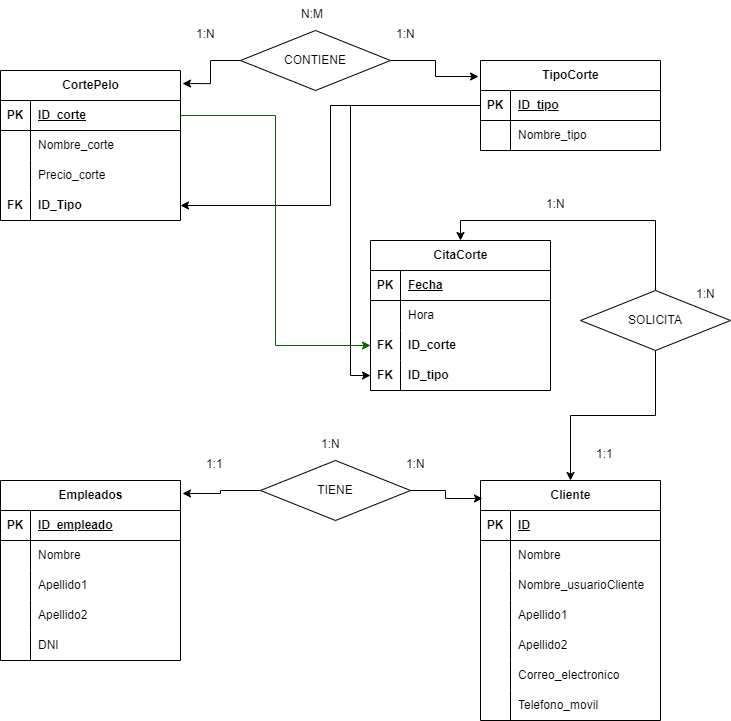
The draw.io diagram doc/entidad_relacion/DrawIO/Entidad-Relacion.png in Jorgeev27/Servicio-Peluqueria, before a commit. Source tidied: cells renumbered, new cells last; positions are measured from the earlier drawing's top-left corner, leaving out a move shared by most shapes.
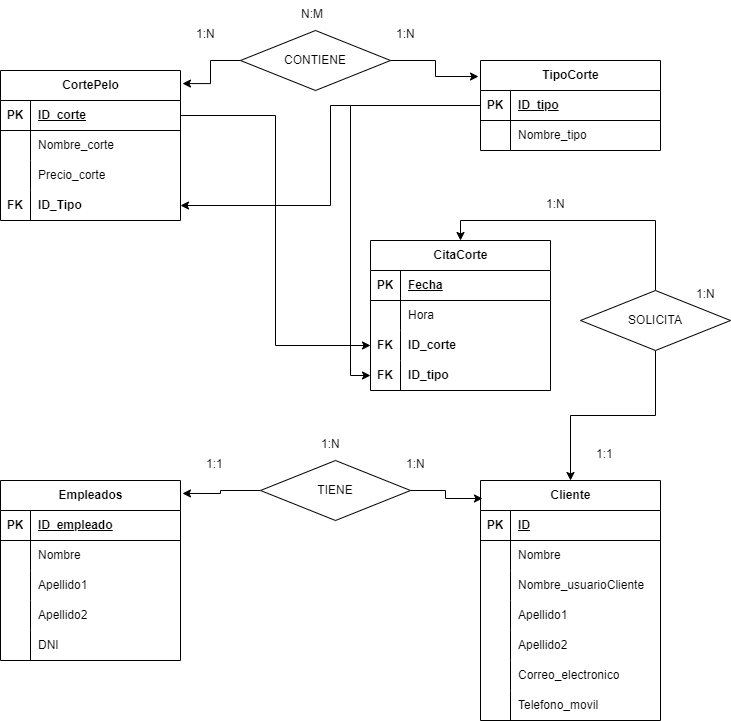
After the commit.

Diff of the diagram source:
```diff
@@ -221,7 +221,7 @@
     <mxCell id="74" style="edgeStyle=orthogonalEdgeStyle;rounded=0;jettySize=auto;html=1;exitX=0;exitY=0.5;exitDx=0;exitDy=0;entryX=0;entryY=0.5;entryDx=0;entryDy=0;" parent="1" edge="1" source="38" target="70">
       <mxGeometry relative="1" as="geometry" />
     </mxCell>
-    <mxCell id="75" style="edgeStyle=orthogonalEdgeStyle;rounded=0;jettySize=auto;html=1;exitX=1;exitY=0.5;exitDx=0;exitDy=0;entryX=0;entryY=0.5;entryDx=0;entryDy=0;fillColor=#00FFFF;strokeColor=#006600;" parent="1" edge="1" source="25" target="67">
+    <mxCell id="75" style="edgeStyle=orthogonalEdgeStyle;rounded=0;jettySize=auto;html=1;exitX=1;exitY=0.5;exitDx=0;exitDy=0;entryX=0;entryY=0.5;entryDx=0;entryDy=0;fillColor=#000000;strokeColor=#000000;" parent="1" edge="1" source="25" target="67">
       <mxGeometry relative="1" as="geometry" />
     </mxCell>
     <mxCell id="76" style="edgeStyle=orthogonalEdgeStyle;rounded=0;jettySize=auto;html=1;exitX=0;exitY=0.5;exitDx=0;exitDy=0;entryX=1.011;entryY=0.072;entryDx=0;entryDy=0;entryPerimeter=0;" parent="1" edge="1" source="78" target="44">
```
